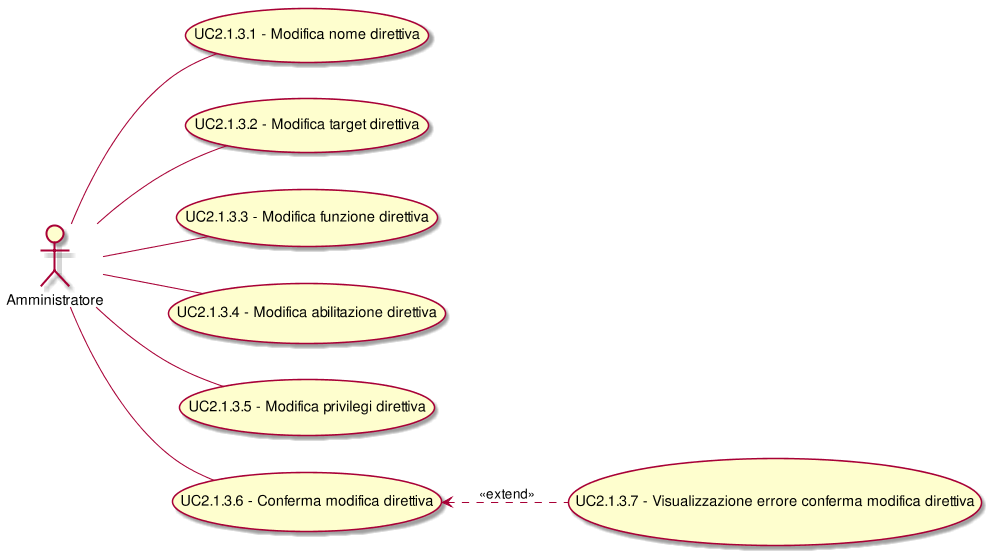
CoCodeSWE/Docs keeps this PlantUML diagram as RP/Esterni/AnalisiDeiRequisiti/images/UseCaseUC213.png. Above is the earlier version. The source it was exported from:
```plantuml
@startuml
scale 1000*1000
left to right direction
(UC2.1.3.6) <.. (UC2.1.3.7): <<extend>>
( UC2.1.3.1 - Modifica nome direttiva ) as (UC2.1.3.1)
:Amministratore:--(UC2.1.3.1)
( UC2.1.3.2 - Modifica target direttiva ) as (UC2.1.3.2)
:Amministratore:--(UC2.1.3.2)
( UC2.1.3.3 - Modifica funzione direttiva ) as (UC2.1.3.3)
:Amministratore:--(UC2.1.3.3)
( UC2.1.3.4 - Modifica abilitazione direttiva ) as (UC2.1.3.4)
:Amministratore:--(UC2.1.3.4)
( UC2.1.3.5 - Modifica privilegi direttiva ) as (UC2.1.3.5)
:Amministratore:--(UC2.1.3.5)
( UC2.1.3.6 - Conferma modifica direttiva ) as (UC2.1.3.6)
:Amministratore:--(UC2.1.3.6)
( UC2.1.3.7 - Visualizzazione errore conferma modifica direttiva ) as (UC2.1.3.7)
@enduml
```
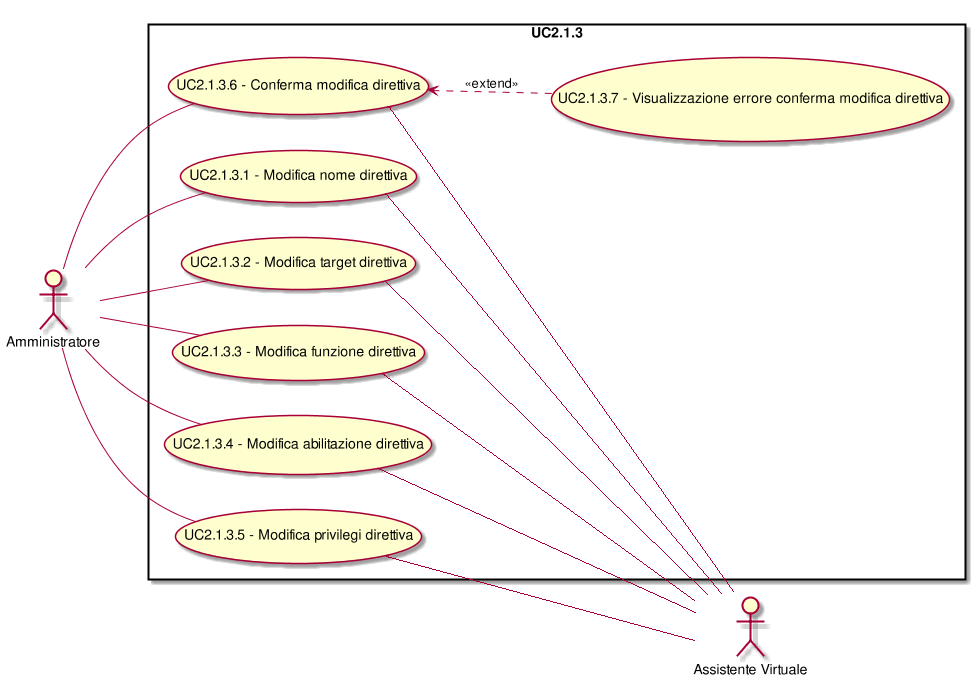
After the change.

Diff of the diagram source:
```diff
@@ -1,18 +1,36 @@
 @startuml
 scale 1000*1000
 left to right direction
+skinparam packageStyle rect
+:Amministratore:
+:Assistente Virtuale:
+rectangle UC2.1.3{
 (UC2.1.3.6) <.. (UC2.1.3.7): <<extend>>
 ( UC2.1.3.1 - Modifica nome direttiva ) as (UC2.1.3.1)
 :Amministratore:--(UC2.1.3.1)
+( UC2.1.3.1 - Modifica nome direttiva ) as (UC2.1.3.1)
+(UC2.1.3.1)--:Assistente Virtuale:
 ( UC2.1.3.2 - Modifica target direttiva ) as (UC2.1.3.2)
 :Amministratore:--(UC2.1.3.2)
+( UC2.1.3.2 - Modifica target direttiva ) as (UC2.1.3.2)
+(UC2.1.3.2)--:Assistente Virtuale:
 ( UC2.1.3.3 - Modifica funzione direttiva ) as (UC2.1.3.3)
 :Amministratore:--(UC2.1.3.3)
+( UC2.1.3.3 - Modifica funzione direttiva ) as (UC2.1.3.3)
+(UC2.1.3.3)--:Assistente Virtuale:
 ( UC2.1.3.4 - Modifica abilitazione direttiva ) as (UC2.1.3.4)
 :Amministratore:--(UC2.1.3.4)
+( UC2.1.3.4 - Modifica abilitazione direttiva ) as (UC2.1.3.4)
+(UC2.1.3.4)--:Assistente Virtuale:
 ( UC2.1.3.5 - Modifica privilegi direttiva ) as (UC2.1.3.5)
 :Amministratore:--(UC2.1.3.5)
+( UC2.1.3.5 - Modifica privilegi direttiva ) as (UC2.1.3.5)
+(UC2.1.3.5)--:Assistente Virtuale:
 ( UC2.1.3.6 - Conferma modifica direttiva ) as (UC2.1.3.6)
 :Amministratore:--(UC2.1.3.6)
+( UC2.1.3.6 - Conferma modifica direttiva ) as (UC2.1.3.6)
+(UC2.1.3.6)--:Assistente Virtuale:
 ( UC2.1.3.7 - Visualizzazione errore conferma modifica direttiva ) as (UC2.1.3.7)
+( UC2.1.3.7 - Visualizzazione errore conferma modifica direttiva ) as (UC2.1.3.7)
+}
 @enduml
```
